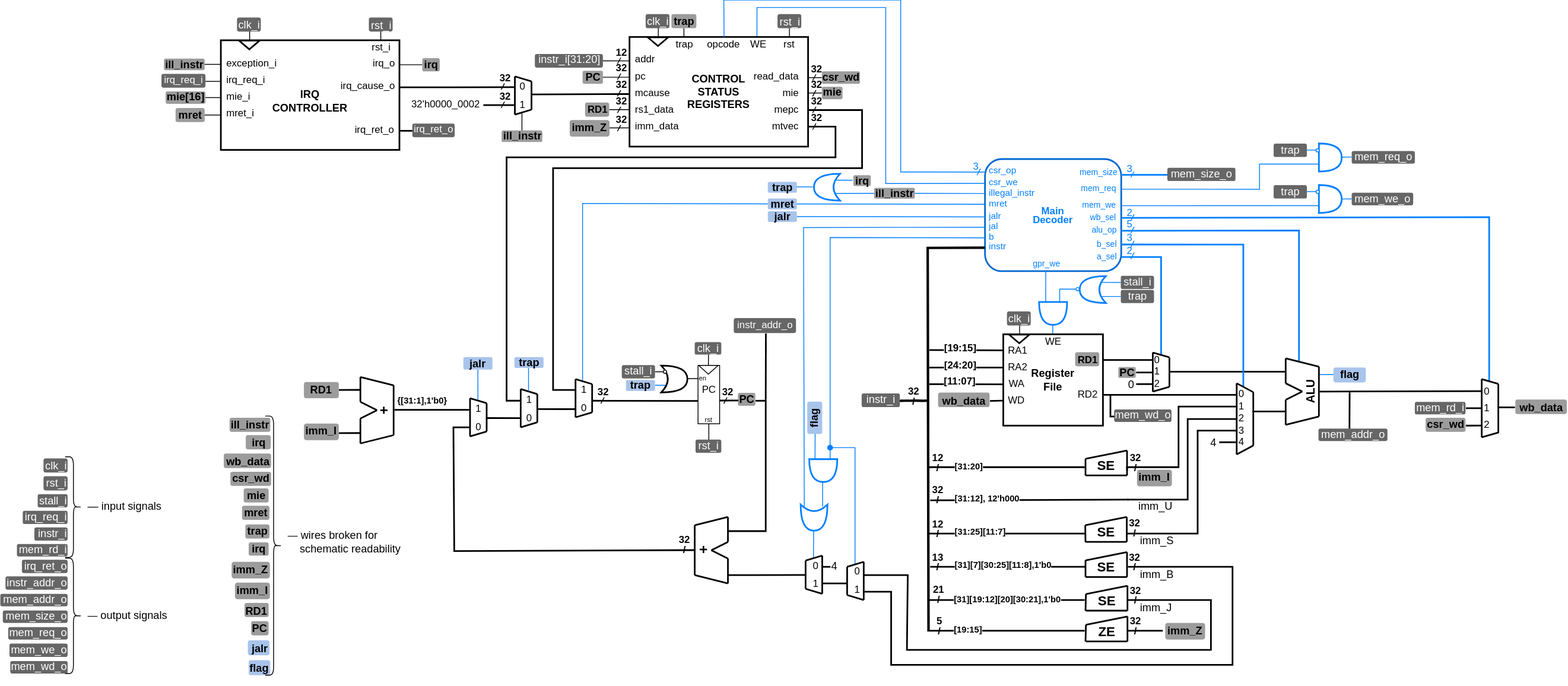
Earlier version of the draw.io export .pic/Labs/lab_10_irq/fig_03.drawio.svg (MPSU/APS). Source tidied: cells renumbered, new cells last; positions are measured from the earlier drawing's top-left corner, leaving out a move shared by most shapes.
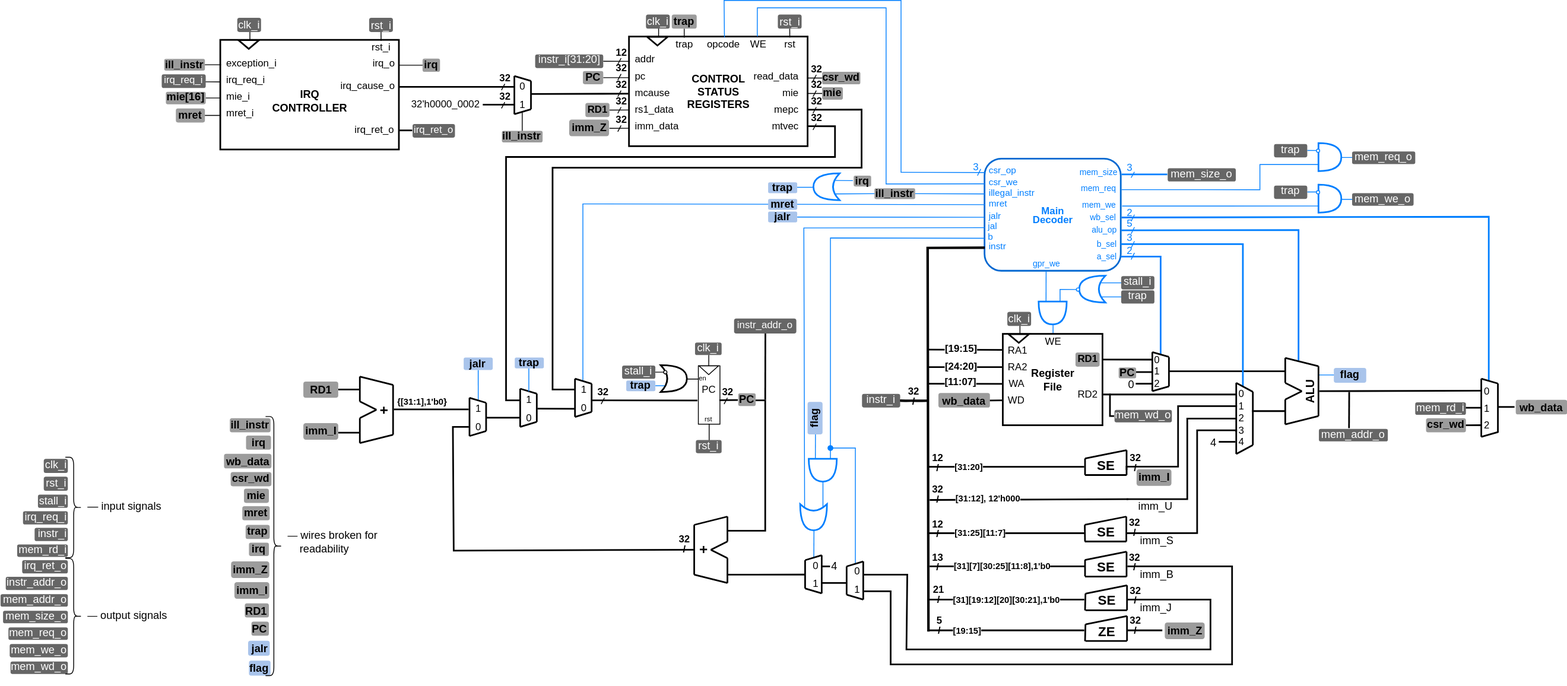
Later version of the same file.

What changed in the source:
```diff
@@ -951,7 +951,7 @@
     <mxCell id="196" style="shape=curlyBracket;whiteSpace=wrap;html=1;rounded=1;flipH=1;labelPosition=right;verticalLabelPosition=middle;align=left;verticalAlign=middle;strokeOpacity=100;fillOpacity=100;" parent="1" vertex="1">
       <mxGeometry x="319" y="501" width="20" height="312" as="geometry" />
     </mxCell>
-    <mxCell id="197" value="—&lt;span style=&quot;color: rgb(0, 0, 0); font-family: Helvetica; font-size: 13px; font-style: normal; font-variant-ligatures: normal; font-variant-caps: normal; font-weight: 400; letter-spacing: normal; orphans: 2; text-align: center; text-indent: 0px; text-transform: none; widows: 2; word-spacing: 0px; -webkit-text-stroke-width: 0px; text-decoration-thickness: initial; text-decoration-style: initial; text-decoration-color: initial; float: none; display: inline !important;&quot;&gt; wires broken for&amp;nbsp; &amp;nbsp; &amp;nbsp; &amp;nbsp; &amp;nbsp; &amp;nbsp; &amp;nbsp; &amp;nbsp; &amp;nbsp; &amp;nbsp; schematic readability&lt;/span&gt;" style="text;whiteSpace=wrap;html=1;labelBackgroundColor=none;strokeOpacity=100;fillOpacity=100;" parent="1" vertex="1">
+    <mxCell id="197" value="—&lt;span style=&quot;color: rgb(0, 0, 0); font-family: Helvetica; font-size: 13px; font-style: normal; font-variant-ligatures: normal; font-variant-caps: normal; font-weight: 400; letter-spacing: normal; orphans: 2; text-align: center; text-indent: 0px; text-transform: none; widows: 2; word-spacing: 0px; -webkit-text-stroke-width: 0px; text-decoration-thickness: initial; text-decoration-style: initial; text-decoration-color: initial; float: none; display: inline !important;&quot;&gt; wires broken for&amp;nbsp; &amp;nbsp; &amp;nbsp; &amp;nbsp; &amp;nbsp; &amp;nbsp; &amp;nbsp; &amp;nbsp; &amp;nbsp; &amp;nbsp; readability&lt;/span&gt;" style="text;whiteSpace=wrap;html=1;labelBackgroundColor=none;strokeOpacity=100;fillOpacity=100;" parent="1" vertex="1">
       <mxGeometry x="344" y="630" width="166" height="74" as="geometry" />
     </mxCell>
     <mxCell id="198" value="&lt;font style=&quot;font-size: 13px;&quot;&gt;PC&lt;/font&gt;" style="text;html=1;strokeColor=none;fillColor=#9C9C9C;align=right;verticalAlign=middle;whiteSpace=wrap;rounded=1;fontSize=13;fontColor=#000000;comic=0;jiggle=0.5;fontStyle=1;strokeOpacity=100;fillOpacity=100;" parent="1" vertex="1">
```
